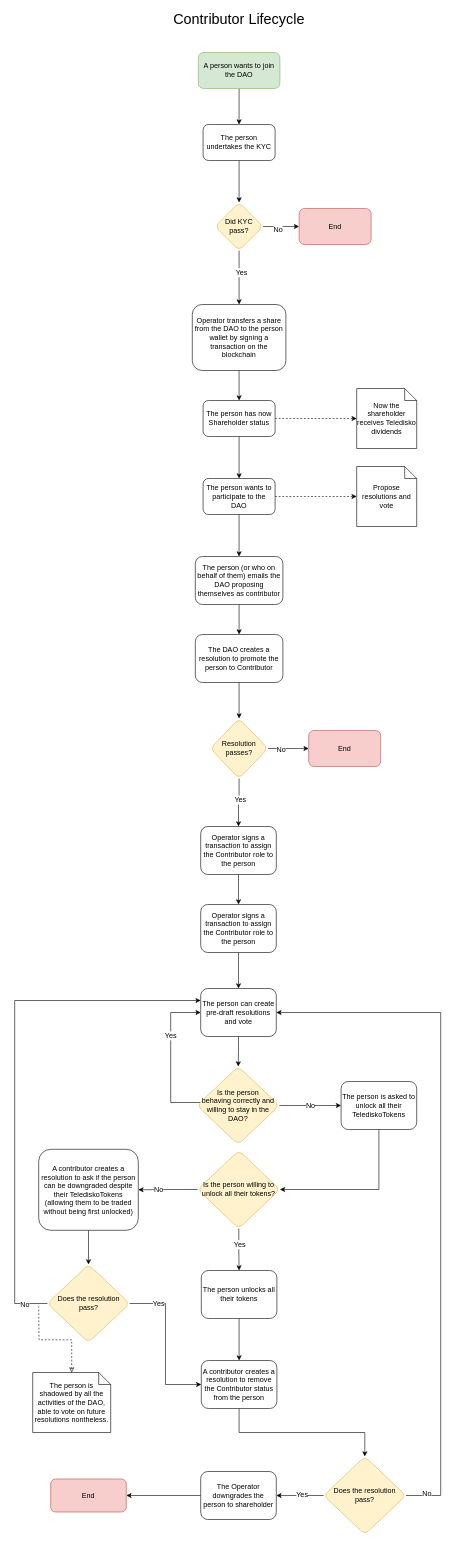
Earlier version of the draw.io diagram lifecycle.drawio (TelediskoDAO/docs). Source tidied: cells renumbered, new cells numbered last; positions are measured from the earlier drawing's top-left corner, leaving out a move shared by most shapes. Both pictures are drawn from the tidied source at 60%, with x=0, y=0 at pixel (14, 10).
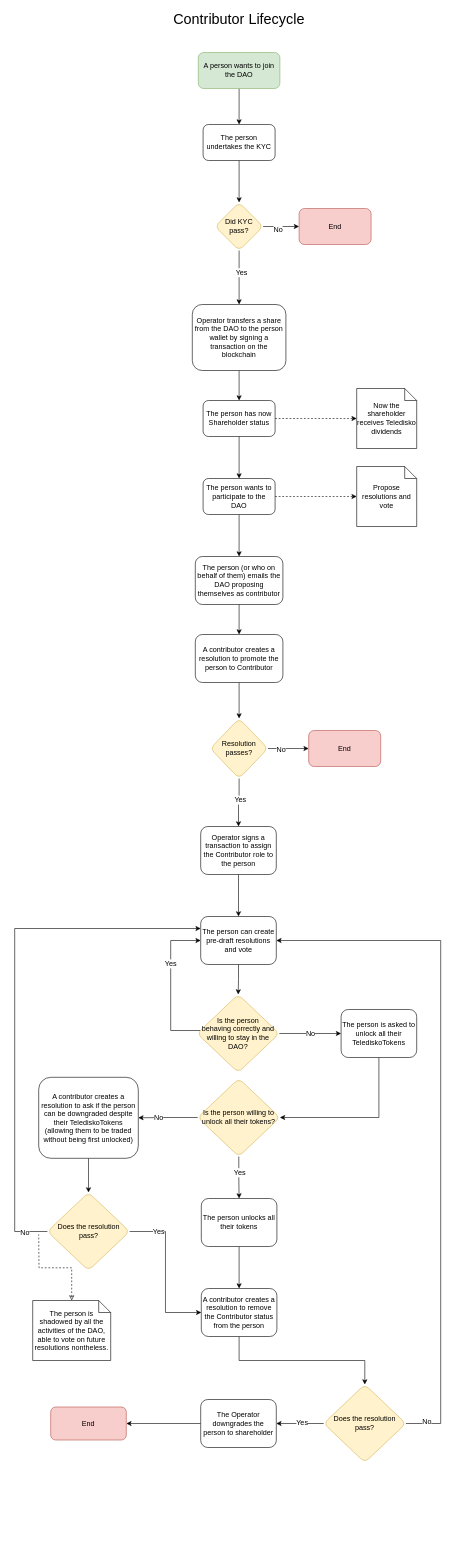
The same page after the edit.

Unchanged cells that the change refers to:
```xml
<mxCell id="34" value="Operator signs a transaction to assign the Contributor role to the person" style="whiteSpace=wrap;html=1;rounded=1;glass=0;strokeWidth=1;shadow=0;" parent="1" vertex="1">
  <mxGeometry x="310" y="1360" width="126" height="80" as="geometry" />
</mxCell>
```

The edit, as a diff of the source:
```diff
@@
-    <mxCell id="26" value="The DAO creates a resolution to promote the person to Contributor" style="whiteSpace=wrap;html=1;rounded=1;glass=0;strokeWidth=1;shadow=0;" parent="1" vertex="1">
+    <mxCell id="26" value="A contributor creates a resolution to promote the person to Contributor" style="whiteSpace=wrap;html=1;rounded=1;glass=0;strokeWidth=1;shadow=0;" parent="1" vertex="1">
       <mxGeometry x="301" y="1040" width="146" height="80" as="geometry" />
     </mxCell>
@@
-    <mxCell id="33" style="edgeStyle=orthogonalEdgeStyle;rounded=0;jettySize=auto;html=1;entryX=0.5;entryY=0;entryDx=0;entryDy=0;fontSize=12;" parent="1" edge="1" source="34" target="36">
+    <mxCell id="33" style="edgeStyle=orthogonalEdgeStyle;rounded=0;jettySize=auto;html=1;fontSize=12;" parent="1" edge="1" source="34" target="38">
       <mxGeometry relative="1" as="geometry" />
     </mxCell>
@@
-    <mxCell id="35" style="edgeStyle=orthogonalEdgeStyle;rounded=0;jettySize=auto;html=1;entryX=0.5;entryY=0;entryDx=0;entryDy=0;fontSize=12;" parent="1" edge="1" source="36" target="38">
-      <mxGeometry relative="1" as="geometry" />
-    </mxCell>
-    <mxCell id="36" value="Operator signs a transaction to assign the Contributor role to the person" style="whiteSpace=wrap;html=1;rounded=1;glass=0;strokeWidth=1;shadow=0;" parent="1" vertex="1">
-      <mxGeometry x="310" y="1490" width="126" height="80" as="geometry" />
-    </mxCell>
@@
     <mxCell id="38" value="The person can create pre-draft resolutions and vote" style="whiteSpace=wrap;html=1;rounded=1;glass=0;strokeWidth=1;shadow=0;" parent="1" vertex="1">
-      <mxGeometry x="310" y="1630" width="126" height="80" as="geometry" />
+      <mxGeometry x="310" y="1510" width="126" height="80" as="geometry" />
     </mxCell>
@@
     <mxCell id="40" style="edgeStyle=orthogonalEdgeStyle;rounded=0;jettySize=auto;html=1;entryX=0;entryY=0.5;entryDx=0;entryDy=0;fontSize=12;" parent="1" edge="1" source="42" target="38">
       <mxGeometry relative="1" as="geometry">
         <Array as="points">
-          <mxPoint x="260" y="1820" />
-          <mxPoint x="260" y="1670" />
+          <mxPoint x="260" y="1700" />
+          <mxPoint x="260" y="1550" />
         </Array>
       </mxGeometry>
     </mxCell>
@@
     <mxCell id="42" value="Is the person &lt;br&gt;behaving correctly and willing to stay in the DAO?" style="rhombus;whiteSpace=wrap;html=1;rounded=1;glass=0;strokeWidth=1;shadow=0;fillColor=#fff2cc;strokeColor=#d6b656;" parent="1" vertex="1">
-      <mxGeometry x="304" y="1760" width="137" height="130" as="geometry" />
+      <mxGeometry x="304" y="1640" width="137" height="130" as="geometry" />
     </mxCell>
@@
     <mxCell id="44" value="A contributor creates a resolution to remove the Contributor status from the person" style="whiteSpace=wrap;html=1;rounded=1;glass=0;strokeWidth=1;shadow=0;" parent="1" vertex="1">
-      <mxGeometry x="311" y="2250" width="126" height="80" as="geometry" />
+      <mxGeometry x="311" y="2130" width="126" height="80" as="geometry" />
     </mxCell>
@@
     <mxCell id="47" style="edgeStyle=orthogonalEdgeStyle;rounded=0;jettySize=auto;html=1;entryX=1;entryY=0.5;entryDx=0;entryDy=0;fontSize=12;" parent="1" edge="1" source="49" target="38">
       <mxGeometry relative="1" as="geometry">
         <Array as="points">
-          <mxPoint x="710" y="2475" />
-          <mxPoint x="710" y="1670" />
+          <mxPoint x="710" y="2355" />
+          <mxPoint x="710" y="1550" />
         </Array>
       </mxGeometry>
     </mxCell>
@@
     <mxCell id="49" value="Does the resolution pass?" style="rhombus;whiteSpace=wrap;html=1;rounded=1;glass=0;strokeWidth=1;shadow=0;fillColor=#fff2cc;strokeColor=#d6b656;" parent="1" vertex="1">
-      <mxGeometry x="515" y="2410" width="137" height="130" as="geometry" />
+      <mxGeometry x="515" y="2290" width="137" height="130" as="geometry" />
     </mxCell>
@@
     <mxCell id="51" value="The Operator downgrades the person to shareholder" style="whiteSpace=wrap;html=1;rounded=1;glass=0;strokeWidth=1;shadow=0;" parent="1" vertex="1">
-      <mxGeometry x="310" y="2435" width="126" height="80" as="geometry" />
+      <mxGeometry x="310" y="2315" width="126" height="80" as="geometry" />
     </mxCell>
@@
     <mxCell id="53" value="The person is asked to unlock all their TelediskoTokens" style="whiteSpace=wrap;html=1;rounded=1;glass=0;strokeWidth=1;shadow=0;" parent="1" vertex="1">
-      <mxGeometry x="544" y="1785" width="126" height="80" as="geometry" />
+      <mxGeometry x="544" y="1665" width="126" height="80" as="geometry" />
     </mxCell>
     <mxCell id="54" value="End" style="whiteSpace=wrap;html=1;rounded=1;glass=0;strokeWidth=1;shadow=0;fillColor=#f8cecc;strokeColor=#b85450;" parent="1" vertex="1">
-      <mxGeometry x="60" y="2447.5" width="126" height="55" as="geometry" />
+      <mxGeometry x="60" y="2327.5" width="126" height="55" as="geometry" />
     </mxCell>
@@
     <mxCell id="59" value="Is the person willing to unlock all their tokens?" style="rhombus;whiteSpace=wrap;html=1;rounded=1;glass=0;strokeWidth=1;shadow=0;fillColor=#fff2cc;strokeColor=#d6b656;" parent="1" vertex="1">
-      <mxGeometry x="305" y="1900" width="137" height="130" as="geometry" />
+      <mxGeometry x="305" y="1780" width="137" height="130" as="geometry" />
     </mxCell>
@@
     <mxCell id="61" value="The person unlocks all their tokens" style="whiteSpace=wrap;html=1;rounded=1;glass=0;strokeWidth=1;shadow=0;" parent="1" vertex="1">
-      <mxGeometry x="311" y="2100" width="126" height="80" as="geometry" />
+      <mxGeometry x="311" y="1980" width="126" height="80" as="geometry" />
     </mxCell>
@@
     <mxCell id="63" value="A contributor creates a resolution to ask if the person can be downgraded despite their TelediskoTokens (allowing them to be traded without being first unlocked)" style="whiteSpace=wrap;html=1;rounded=1;glass=0;strokeWidth=1;shadow=0;" parent="1" vertex="1">
-      <mxGeometry x="40" y="1898" width="166" height="135" as="geometry" />
+      <mxGeometry x="40" y="1778" width="166" height="135" as="geometry" />
     </mxCell>
@@
     <mxCell id="66" style="edgeStyle=orthogonalEdgeStyle;rounded=0;jettySize=auto;html=1;entryX=0;entryY=0.25;entryDx=0;entryDy=0;fontSize=12;" parent="1" edge="1" source="68" target="38">
       <mxGeometry relative="1" as="geometry">
         <Array as="points">
-          <mxPoint y="2155" />
-          <mxPoint y="1650" />
+          <mxPoint y="2035" />
+          <mxPoint y="1530" />
         </Array>
       </mxGeometry>
     </mxCell>
@@
     <mxCell id="68" value="Does the resolution pass?" style="rhombus;whiteSpace=wrap;html=1;rounded=1;glass=0;strokeWidth=1;shadow=0;fillColor=#fff2cc;strokeColor=#d6b656;" parent="1" vertex="1">
-      <mxGeometry x="54.5" y="2090" width="137" height="130" as="geometry" />
+      <mxGeometry x="54.5" y="1970" width="137" height="130" as="geometry" />
     </mxCell>
     <mxCell id="69" style="edgeStyle=orthogonalEdgeStyle;rounded=0;jettySize=auto;html=1;fontSize=12;dashed=1;startArrow=classic;startFill=0;endArrow=none;endFill=0;" parent="1" edge="1" source="70">
       <mxGeometry relative="1" as="geometry">
-        <mxPoint x="40" y="2160" as="targetPoint" />
+        <mxPoint x="40" y="2040" as="targetPoint" />
       </mxGeometry>
     </mxCell>
     <mxCell id="70" value="The person is shadowed by all the activities of the DAO, able to vote on future resolutions nontheless." style="shape=note;size=20;whiteSpace=wrap;html=1;fontSize=12;" parent="1" vertex="1">
-      <mxGeometry x="30" y="2270" width="130" height="100" as="geometry" />
+      <mxGeometry x="30" y="2150" width="130" height="100" as="geometry" />
     </mxCell>
```
